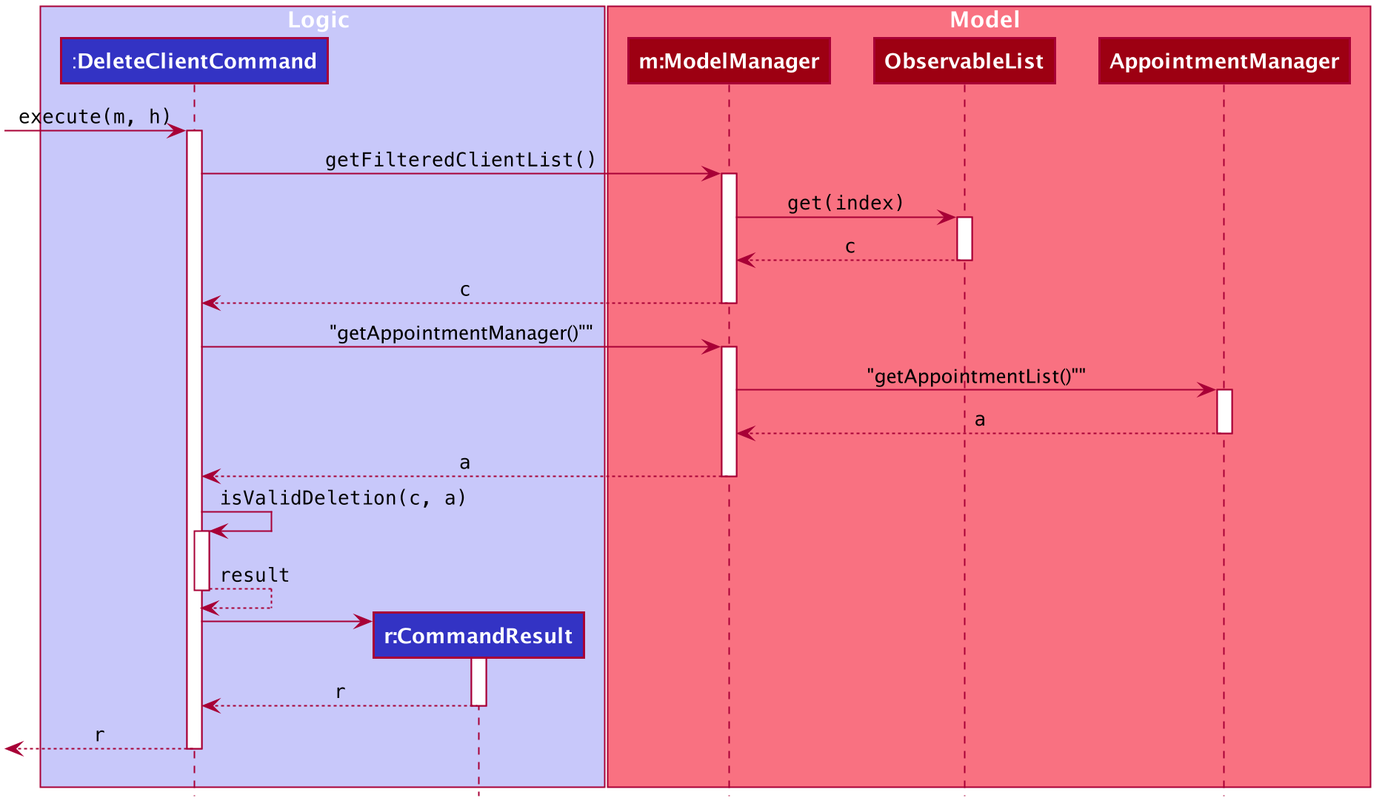
Before: docs/images/DeleteClientSequenceDiagram.png, a diagram exported from PlantUML (yanlynnnnn/tp).
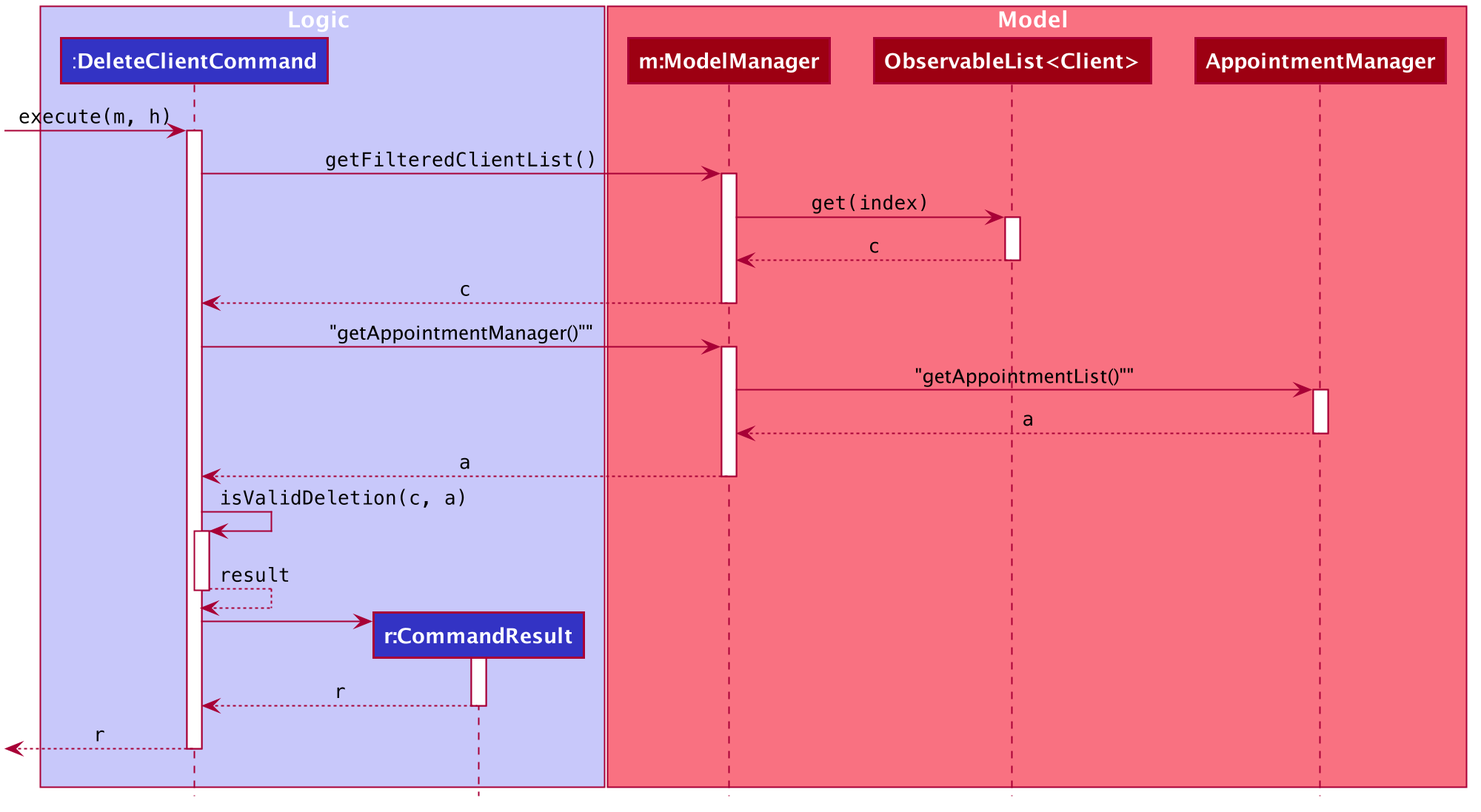
Later version of the same file.

The edit, as a diff of the source:
```diff
@@ -57,7 +57,7 @@
 
 box Model #F97181
 participant "**m:ModelManager**" as ModelManager #9D0012
-participant "**ObservableList**" as ObservableList #9D0012
+participant "**ObservableList<Client>**" as ObservableList #9D0012
 participant "**AppointmentManager**" as AppointmentManager #9D0012
 end box
 
```
